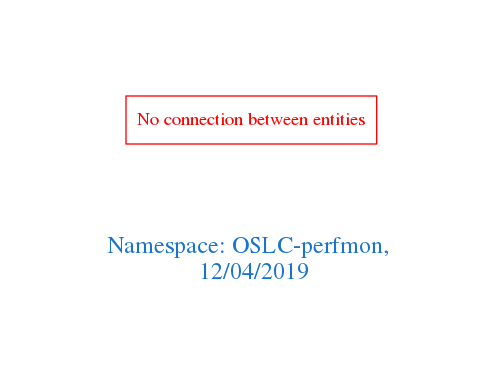
Before: downloads/OSLC-perfmon.png, a diagram exported from Graphviz (arago/OGIT). Its source is kept beside it as downloads/OSLC-perfmon.dot.
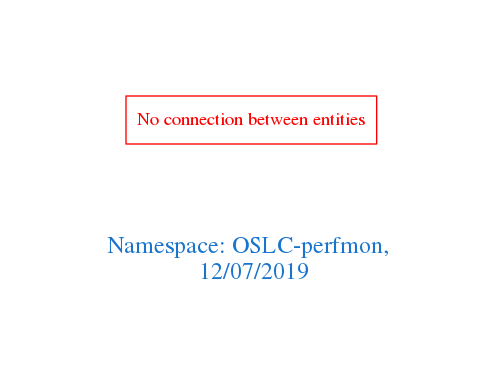
Above is the later version.

The edit, as a diff of the source:
```diff
@@ -1,7 +1,7 @@
 digraph OGIT_ontology {
  graph [ rankdir= LR,pad=1
 fontsize = 18,
-fontcolor= dodgerblue3,label = "\n\n\nNamespace: OSLC-perfmon, \n 12/04/2019"];
+fontcolor= dodgerblue3,label = "\n\n\nNamespace: OSLC-perfmon, \n 12/07/2019"];
 node[shape=polygon];
 edge [  color="gray81"];
 
```
